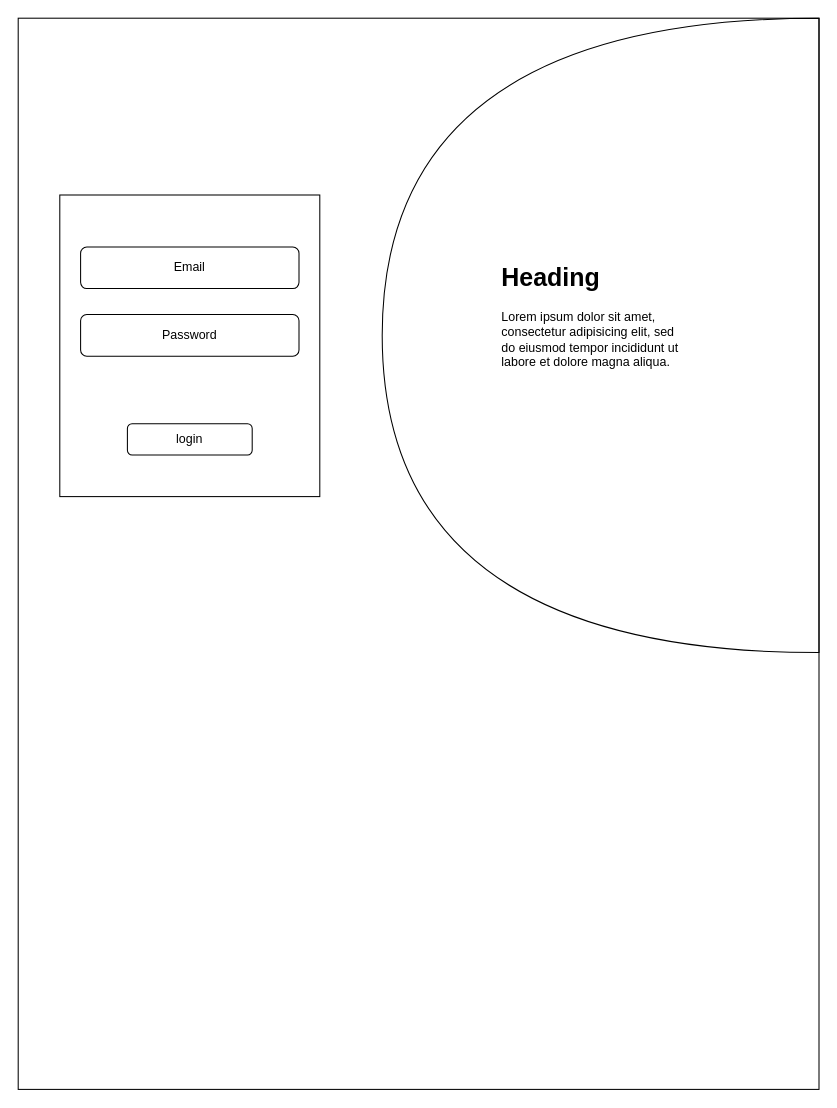
This is design/wireframes/login-page/login-page.drawio from Command-Compass/Development-Documentation, a draw.io file, before an edit. Source tidied: cells renumbered, new cells numbered last; positions are measured from the earlier drawing's top-left corner, leaving out a move shared by most shapes. Both pictures are drawn from the tidied source at 104%, with x=0, y=0 at pixel (18, 18). Pictures stored in the file or linked from it are replaced by grey dashed boxes.
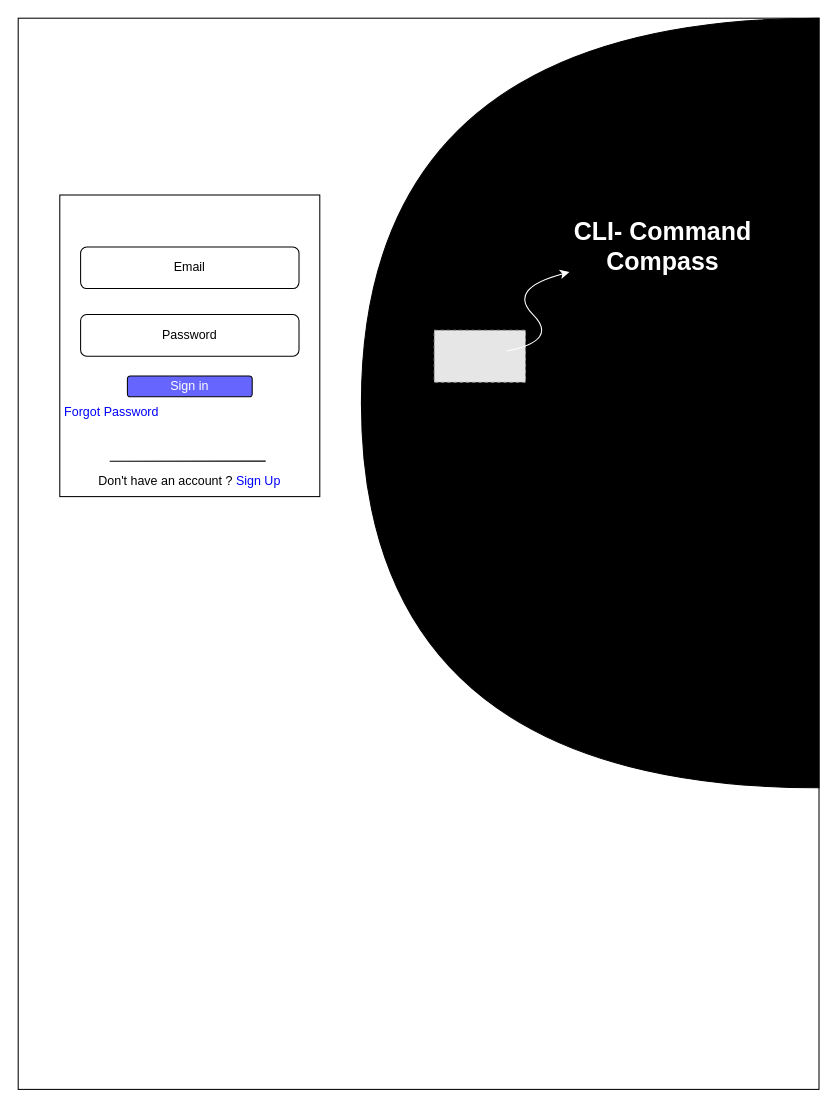
The same diagram, later.

Commit message:
login page update

Change to the diagram source:
```diff
@@
 <mxGraphModel>
   <root>
     <mxCell id="0" />
     <mxCell id="1" parent="0" />
-    <mxCell id="2" style="rounded=0;whiteSpace=wrap;html=1;fillColor=none;" parent="1" vertex="1">
+    <mxCell id="2" style="rounded=0;whiteSpace=wrap;html=1;fillColor=none;gradientColor=none;gradientDirection=east;" parent="1" vertex="1">
       <mxGeometry width="770" height="1030" as="geometry" />
     </mxCell>
-    <mxCell id="3" style="rounded=0;whiteSpace=wrap;html=1;fillColor=none;" parent="1" vertex="1">
+    <mxCell id="3" style="rounded=0;whiteSpace=wrap;html=1;fillColor=#FFFFFF;" parent="1" vertex="1">
       <mxGeometry x="40" y="170" width="250" height="290" as="geometry" />
     </mxCell>
-    <mxCell id="4" style="shape=or;whiteSpace=wrap;html=1;fillColor=none;rotation=-180;" parent="1" vertex="1">
-      <mxGeometry x="350" width="420" height="610" as="geometry" />
+    <mxCell id="4" style="shape=or;whiteSpace=wrap;html=1;fillColor=#000000;rotation=-180;" parent="1" vertex="1">
+      <mxGeometry x="330" width="440" height="740" as="geometry" />
     </mxCell>
-    <mxCell id="5" value="&lt;h1&gt;Heading&lt;/h1&gt;&lt;p&gt;Lorem ipsum dolor sit amet, consectetur adipisicing elit, sed do eiusmod tempor incididunt ut labore et dolore magna aliqua.&lt;/p&gt;" style="text;html=1;strokeColor=none;fillColor=none;spacing=5;spacingTop=-20;whiteSpace=wrap;overflow=hidden;rounded=0;" parent="1" vertex="1">
-      <mxGeometry x="460" y="230" width="190" height="120" as="geometry" />
-    </mxCell>
     <mxCell id="6" value="Email" style="rounded=1;whiteSpace=wrap;html=1;fillColor=none;" parent="1" vertex="1">
       <mxGeometry x="60" y="220" width="210" height="40" as="geometry" />
     </mxCell>
     <mxCell id="7" value="Password" style="rounded=1;whiteSpace=wrap;html=1;fillColor=none;" parent="1" vertex="1">
       <mxGeometry x="60" y="285" width="210" height="40" as="geometry" />
     </mxCell>
-    <mxCell id="8" value="login" style="rounded=1;whiteSpace=wrap;html=1;fillColor=none;" parent="1" vertex="1">
-      <mxGeometry x="105" y="390" width="120" height="30" as="geometry" />
+    <mxCell id="8" value="&lt;font color=&quot;#ffffff&quot;&gt;Sign in&lt;/font&gt;" style="rounded=1;whiteSpace=wrap;html=1;fillColor=#6666FF;" parent="1" vertex="1">
+      <mxGeometry x="105" y="344" width="120" height="20" as="geometry" />
     </mxCell>
+    <mxCell id="9" value="Don't have an account ? &lt;font color=&quot;#0000ff&quot;&gt;Sign Up&lt;/font&gt;" style="text;html=1;strokeColor=none;fillColor=none;align=center;verticalAlign=middle;whiteSpace=wrap;rounded=0;" parent="1" vertex="1">
+      <mxGeometry x="50" y="440" width="230" height="10" as="geometry" />
+    </mxCell>
+    <mxCell id="10" value="&lt;h6 style=&quot;line-height: 320%;&quot;&gt;&lt;span style=&quot;font-weight: normal;&quot;&gt;&lt;font style=&quot;font-size: 12px;&quot; color=&quot;#0000ff&quot;&gt;Forgot Password&lt;/font&gt;&lt;/span&gt;&lt;/h6&gt;" style="text;html=1;strokeColor=none;fillColor=none;align=center;verticalAlign=middle;whiteSpace=wrap;rounded=0;" parent="1" vertex="1">
+      <mxGeometry x="20" y="340" width="140" height="80" as="geometry" />
+    </mxCell>
+    <mxCell id="11" style="endArrow=none;html=1;entryX=0.6;entryY=0.848;entryDx=0;entryDy=0;entryPerimeter=0;" parent="1" edge="1">
+      <mxGeometry relative="1" as="geometry">
+        <mxPoint x="88" y="426" as="sourcePoint" />
+        <mxPoint x="238" y="425.9" as="targetPoint" />
+      </mxGeometry>
+    </mxCell>
+    <mxCell id="12" value="&lt;h1&gt;&lt;font color=&quot;#ffffff&quot;&gt;CLI- Command Compass&lt;/font&gt;&lt;/h1&gt;" style="text;html=1;strokeColor=none;fillColor=none;align=center;verticalAlign=middle;whiteSpace=wrap;rounded=0;fontSize=12;fontColor=#0000FF;" parent="1" vertex="1">
+      <mxGeometry x="530" y="190" width="180" height="60" as="geometry" />
+    </mxCell>
+    <mxCell id="13" style="fillColor=#E6E6E6;strokeColor=#999999;dashed=1;verticalLabelPosition=bottom;labelBackgroundColor=default;verticalAlign=top;" parent="1" vertex="1">
+      <mxGeometry x="400" y="300" width="87.8" height="50" as="geometry" />
+    </mxCell>
+    <mxCell id="14" style="curved=1;endArrow=classic;html=1;fontSize=12;fontColor=#FFFFFF;strokeColor=#FFFFFF;" parent="1" edge="1" target="12">
+      <mxGeometry relative="1" as="geometry">
+        <mxPoint x="470" y="320" as="sourcePoint" />
+        <Array as="points">
+          <mxPoint x="520" y="310" />
+          <mxPoint x="470" y="260" />
+        </Array>
+      </mxGeometry>
+    </mxCell>
   </root>
 </mxGraphModel>
```
